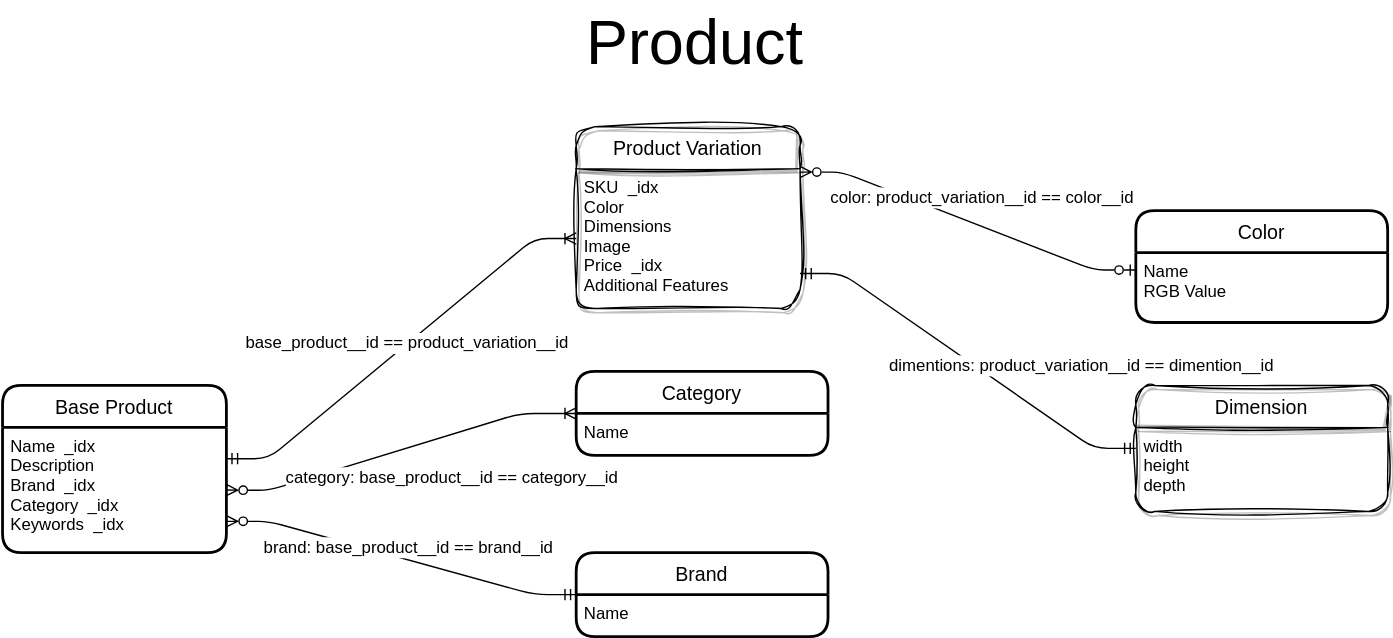
This is data-model/data-model-product.svg from rd-raven/stirzz-design, a draw.io export, as it was before one commit. Source tidied: cells renumbered, new cells last; positions are measured from the earlier drawing's top-left corner, leaving out a move shared by most shapes.
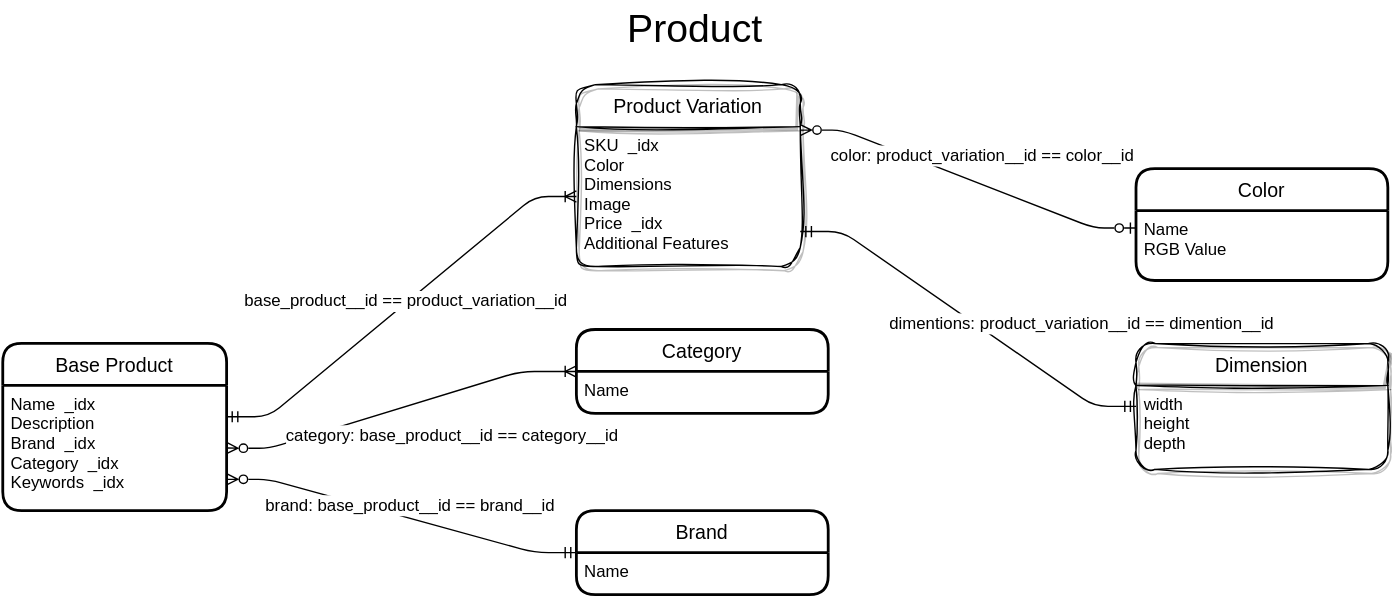
The same diagram one commit later.

The edit, as a diff of the source:
```diff
@@ -32,8 +32,8 @@
     <mxCell id="11" value="Name&#10;RGB Value" style="align=left;strokeColor=none;fillColor=none;spacingLeft=4;fontSize=12;verticalAlign=top;" parent="10" vertex="1">
       <mxGeometry y="30" width="180" height="50" as="geometry" />
     </mxCell>
-    <mxCell id="12" value="&lt;span style=&quot;font-size: 45px;&quot;&gt;Product&lt;/span&gt;" style="text;html=1;strokeColor=none;fillColor=none;align=center;verticalAlign=middle;whiteSpace=wrap;rounded=0;shadow=1;glass=0;sketch=1;strokeWidth=1;fontSize=45;fontStyle=0;" parent="1" vertex="1">
-      <mxGeometry x="355" width="280" height="60" as="geometry" />
+    <mxCell id="12" value="&lt;font style=&quot;font-size: 28px;&quot;&gt;Product&lt;/font&gt;" style="text;html=1;strokeColor=none;fillColor=none;align=center;verticalAlign=middle;whiteSpace=wrap;rounded=0;shadow=1;glass=0;sketch=1;strokeWidth=1;fontSize=28;fontStyle=0;" parent="1" vertex="1">
+      <mxGeometry x="435" y="30" width="120" height="40" as="geometry" />
     </mxCell>
     <mxCell id="13" style="edgeStyle=entityRelationEdgeStyle;fontSize=12;html=1;endArrow=ERzeroToOne;startArrow=ERzeroToMany;entryX=0;entryY=0.25;entryDx=0;entryDy=0;exitX=1;exitY=0.25;exitDx=0;exitDy=0;startFill=0;endFill=0;" parent="1" edge="1" source="6" target="11">
       <mxGeometry relative="1" as="geometry" />
```
